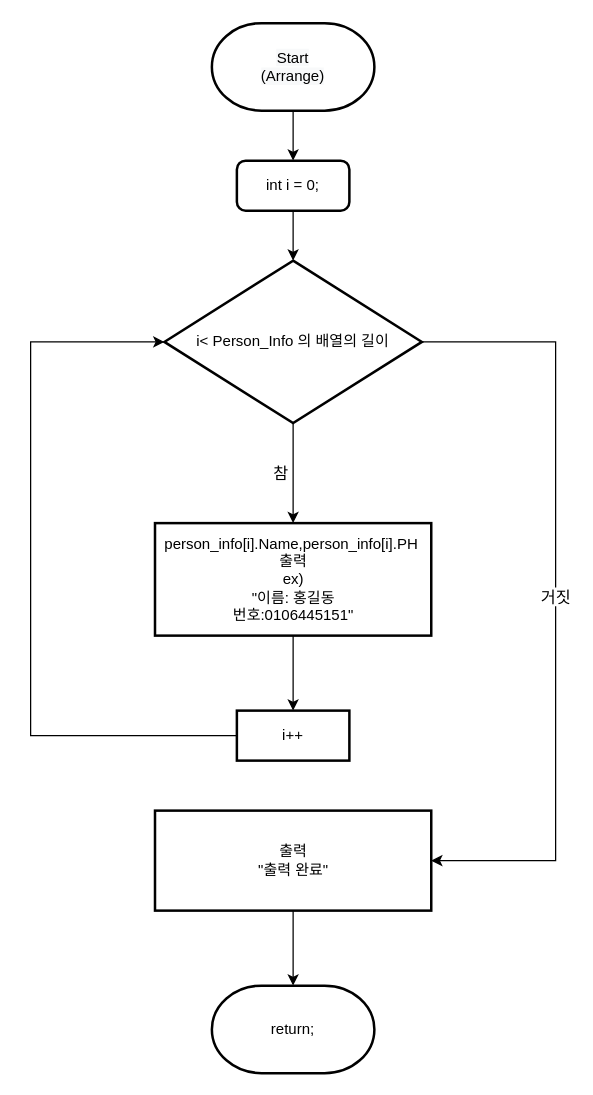
Earlier version of the draw.io diagram 순서도/Arrange 순서도.drawio (skatld123/PH_list_java). Source tidied: cells renumbered, new cells numbered last; positions are measured from the earlier drawing's top-left corner, leaving out a move shared by most shapes. Both pictures are drawn from the tidied source at 125%, with x=0, y=0 at pixel (30, 22).
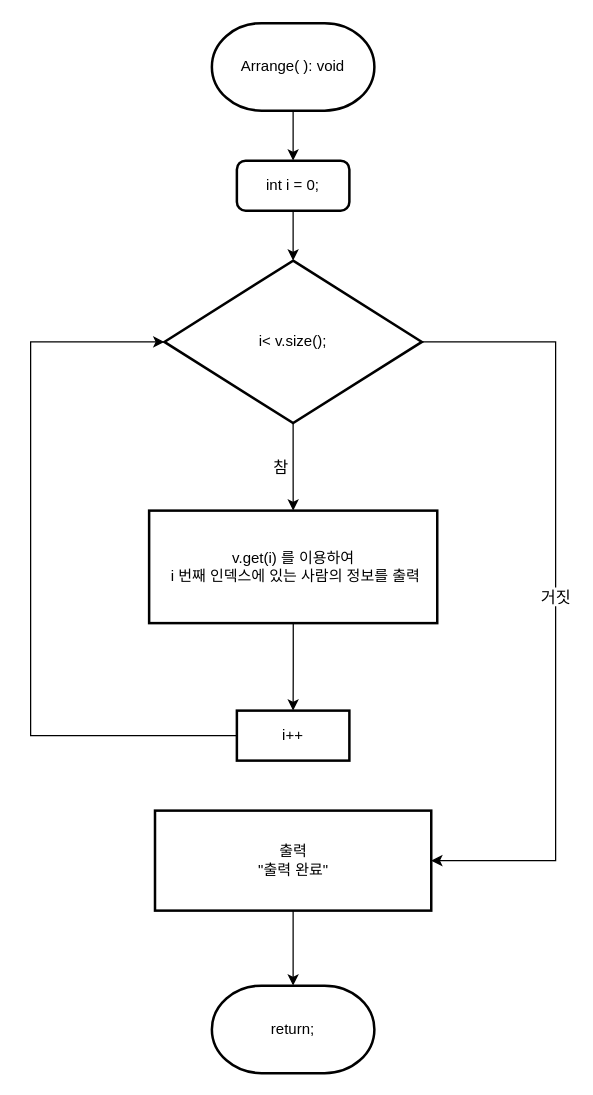
The same diagram, later.

Commit message:
Arrange 순서도.drawio 업데이트

Change to the diagram source:
```diff
@@
 <mxGraphModel>
   <root>
     <mxCell id="0" />
     <mxCell id="1" parent="0" />
     <mxCell id="2" style="edgeStyle=orthogonalEdgeStyle;rounded=0;jettySize=auto;html=1;entryX=0.5;entryY=0;entryDx=0;entryDy=0;" parent="1" edge="1" source="3" target="15">
       <mxGeometry relative="1" as="geometry" />
     </mxCell>
-    <mxCell id="3" value="person_info[i].Name,person_info[i].PH&amp;nbsp; 출력&lt;br&gt;ex) &lt;br&gt;&quot;이름: 홍길동&lt;br&gt;번호:0106445151&quot;" style="rounded=1;whiteSpace=wrap;html=1;absoluteArcSize=1;arcSize=0;strokeWidth=2;" parent="1" vertex="1">
-      <mxGeometry x="99.5" y="400" width="221" height="90" as="geometry" />
+    <mxCell id="3" value="v.get(i) 를 이용하여&lt;br&gt;&amp;nbsp;i 번째 인덱스에 있는 사람의 정보를 출력" style="rounded=1;whiteSpace=wrap;html=1;absoluteArcSize=1;arcSize=0;strokeWidth=2;" parent="1" vertex="1">
+      <mxGeometry x="94.8" y="390" width="230.5" height="90" as="geometry" />
     </mxCell>
     <mxCell id="4" style="edgeStyle=orthogonalEdgeStyle;rounded=0;jettySize=auto;html=1;exitX=0.5;exitY=1;exitDx=0;exitDy=0;exitPerimeter=0;entryX=0.5;entryY=0;entryDx=0;entryDy=0;fontSize=13;" parent="1" edge="1" source="5" target="13">
       <mxGeometry relative="1" as="geometry" />
     </mxCell>
-    <mxCell id="5" value="&lt;span style=&quot;color: rgb(0 , 0 , 0) ; font-family: &amp;#34;helvetica&amp;#34; ; font-size: 12px ; font-style: normal ; font-weight: 400 ; letter-spacing: normal ; text-align: center ; text-indent: 0px ; text-transform: none ; word-spacing: 0px ; background-color: rgb(248 , 249 , 250) ; display: inline ; float: none&quot;&gt;Start&lt;/span&gt;&lt;br style=&quot;color: rgb(0 , 0 , 0) ; font-family: &amp;#34;helvetica&amp;#34; ; font-size: 12px ; font-style: normal ; font-weight: 400 ; letter-spacing: normal ; text-align: center ; text-indent: 0px ; text-transform: none ; word-spacing: 0px ; background-color: rgb(248 , 249 , 250)&quot;&gt;&lt;span style=&quot;color: rgb(0 , 0 , 0) ; font-family: &amp;#34;helvetica&amp;#34; ; font-size: 12px ; font-style: normal ; font-weight: 400 ; letter-spacing: normal ; text-align: center ; text-indent: 0px ; text-transform: none ; word-spacing: 0px ; background-color: rgb(248 , 249 , 250) ; display: inline ; float: none&quot;&gt;(Arrange)&lt;/span&gt;" style="strokeWidth=2;html=1;shape=mxgraph.flowchart.terminator;whiteSpace=wrap;" parent="1" vertex="1">
+    <mxCell id="5" value="&lt;span style=&quot;text-align: left&quot;&gt;Arrange( ): void&lt;/span&gt;" style="strokeWidth=2;html=1;shape=mxgraph.flowchart.terminator;whiteSpace=wrap;" parent="1" vertex="1">
       <mxGeometry x="145" width="130" height="70" as="geometry" />
     </mxCell>
     <mxCell id="6" value="return;" style="strokeWidth=2;html=1;shape=mxgraph.flowchart.terminator;whiteSpace=wrap;" parent="1" vertex="1">
       <mxGeometry x="145" y="770" width="130" height="70" as="geometry" />
     </mxCell>
     <mxCell id="7" style="edgeStyle=orthogonalEdgeStyle;rounded=0;jettySize=auto;html=1;exitX=0.5;exitY=1;exitDx=0;exitDy=0;entryX=0.5;entryY=0;entryDx=0;entryDy=0;entryPerimeter=0;fontSize=13;" parent="1" edge="1" source="8" target="6">
       <mxGeometry relative="1" as="geometry" />
     </mxCell>
     <mxCell id="8" value="출력&lt;br&gt;&quot;출력 완료&quot;" style="rounded=1;whiteSpace=wrap;html=1;absoluteArcSize=1;arcSize=0;strokeWidth=2;" parent="1" vertex="1">
       <mxGeometry x="99.5" y="630" width="221" height="80" as="geometry" />
     </mxCell>
     <mxCell id="9" value="참" style="edgeStyle=orthogonalEdgeStyle;rounded=0;jettySize=auto;html=1;exitX=0.5;exitY=1;exitDx=0;exitDy=0;exitPerimeter=0;entryX=0.5;entryY=0;entryDx=0;entryDy=0;fontSize=13;" parent="1" edge="1" source="11" target="3">
       <mxGeometry y="-10" relative="1" as="geometry" />
     </mxCell>
     <mxCell id="10" value="거짓" style="edgeStyle=orthogonalEdgeStyle;rounded=0;jettySize=auto;html=1;exitX=1;exitY=0.5;exitDx=0;exitDy=0;exitPerimeter=0;fontSize=13;entryX=1;entryY=0.5;entryDx=0;entryDy=0;" parent="1" edge="1" source="11" target="8">
       <mxGeometry relative="1" as="geometry">
         <Array as="points">
           <mxPoint x="420" y="255" />
           <mxPoint x="420" y="670" />
         </Array>
       </mxGeometry>
     </mxCell>
-    <mxCell id="11" value="i&amp;lt; Person_Info 의 배열의 길이" style="strokeWidth=2;html=1;shape=mxgraph.flowchart.decision;whiteSpace=wrap;" parent="1" vertex="1">
+    <mxCell id="11" value="i&amp;lt; v.size();" style="strokeWidth=2;html=1;shape=mxgraph.flowchart.decision;whiteSpace=wrap;" parent="1" vertex="1">
       <mxGeometry x="107" y="190" width="206" height="130" as="geometry" />
     </mxCell>
     <mxCell id="12" style="edgeStyle=orthogonalEdgeStyle;rounded=0;jettySize=auto;html=1;exitX=0.5;exitY=1;exitDx=0;exitDy=0;entryX=0.5;entryY=0;entryDx=0;entryDy=0;entryPerimeter=0;fontSize=13;" parent="1" edge="1" source="13" target="11">
       <mxGeometry relative="1" as="geometry" />
     </mxCell>
     <mxCell id="13" value="int i = 0;" style="rounded=1;whiteSpace=wrap;html=1;absoluteArcSize=1;arcSize=14;strokeWidth=2;" parent="1" vertex="1">
       <mxGeometry x="165" y="110" width="90" height="40" as="geometry" />
     </mxCell>
     <mxCell id="14" style="edgeStyle=orthogonalEdgeStyle;rounded=0;jettySize=auto;html=1;exitX=0;exitY=0.5;exitDx=0;exitDy=0;entryX=0;entryY=0.5;entryDx=0;entryDy=0;entryPerimeter=0;" parent="1" edge="1" source="15" target="11">
       <mxGeometry relative="1" as="geometry">
         <Array as="points">
           <mxPoint y="570" />
           <mxPoint y="255" />
         </Array>
       </mxGeometry>
     </mxCell>
     <mxCell id="15" value="i++" style="rounded=1;whiteSpace=wrap;html=1;absoluteArcSize=1;arcSize=0;strokeWidth=2;" parent="1" vertex="1">
       <mxGeometry x="165" y="550" width="90" height="40" as="geometry" />
     </mxCell>
   </root>
 </mxGraphModel>
```
